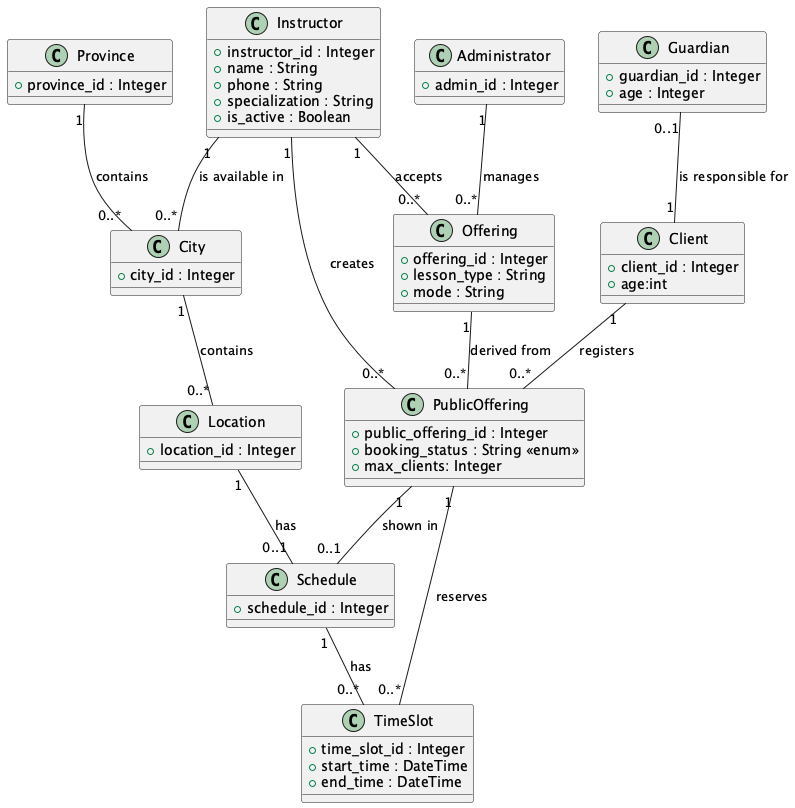
Above: UML-Diagrams/Class-Diagram.png in vibqetowi/soen-342-project (PlantUML), before the change. Its diagram source:
```plantuml
@startuml

class Province {
    +province_id : Integer
}

class City {
    +city_id : Integer
}

class Location {
    +location_id : Integer
}

class Schedule {
    +schedule_id : Integer
}

class TimeSlot {
    +time_slot_id : Integer
    +start_time : DateTime
    +end_time : DateTime
}

class Instructor {
    +instructor_id : Integer
    +name : String
    +phone : String
    +specialization : String
    +is_active : Boolean
}

class Offering {
    +offering_id : Integer
    +lesson_type : String
    +mode : String
}

class PublicOffering {
    +public_offering_id : Integer
    +booking_status : String <<enum>>
    +max_clients: Integer
}

class Client {
    +client_id : Integer
    +age:int
}

class Guardian{
    +guardian_id : Integer
    +age : Integer
}

class Administrator {
    +admin_id : Integer
}

Province "1" -- "0..*" City : contains
City "1" -- "0..*" Location : contains
Instructor "1" -- "0..*" City : is available in
Location "1" -- "0..1" Schedule : has
Schedule "1" -- "0..*" TimeSlot : has
PublicOffering "1" -- "0..*" TimeSlot : reserves
Instructor "1" -- "0..*" Offering : accepts
Instructor "1" -- "0..*" PublicOffering : creates
Offering "1" -- "0..*" PublicOffering : derived from
Client "1" -- "0..*" PublicOffering : registers
PublicOffering "1" -- "0..1" Schedule : shown in
Guardian "0..1" -- "1" Client : is responsible for
Administrator "1" -- "0..*" Offering : manages

@enduml
```
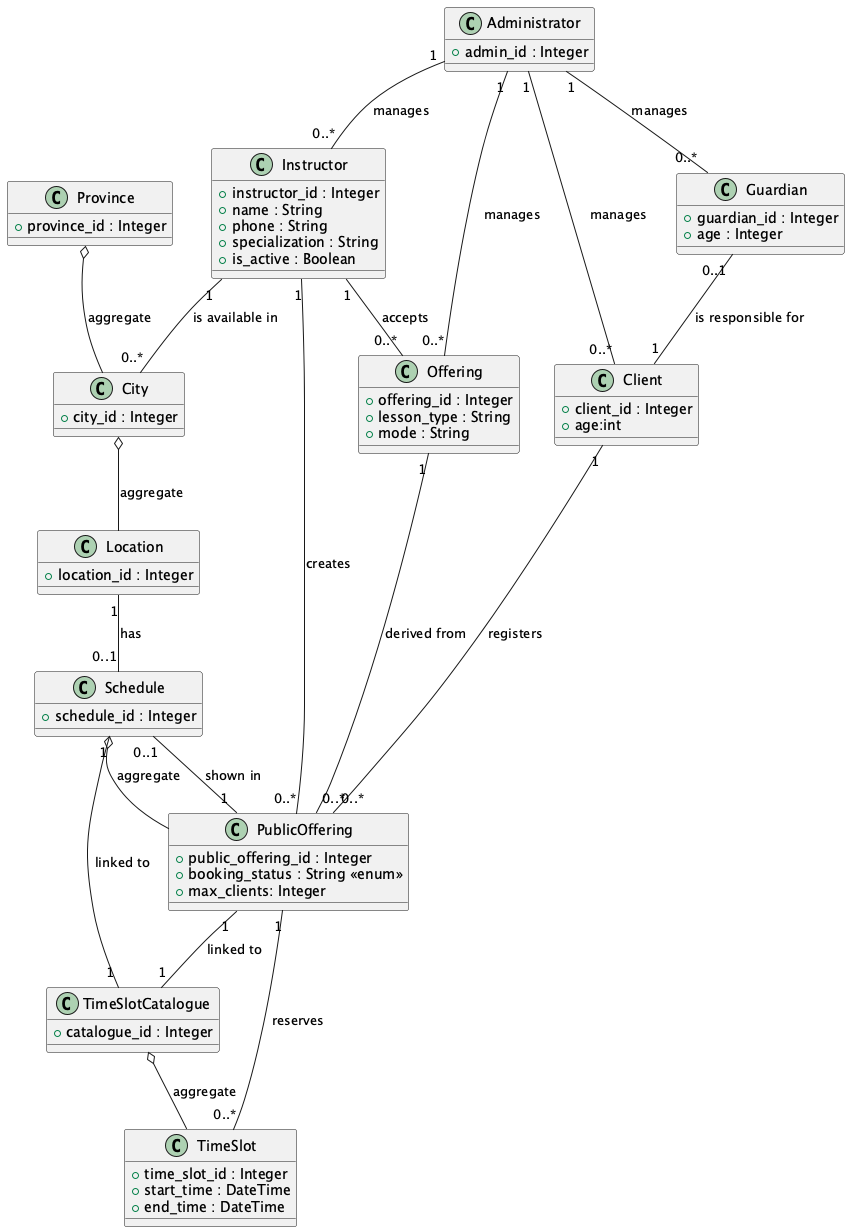
Above is the later version.

Change to the diagram source:
```diff
@@ -20,6 +20,10 @@
     +time_slot_id : Integer
     +start_time : DateTime
     +end_time : DateTime
+}
+
+class TimeSlotCatalogue {
+    +catalogue_id : Integer
 }
 
 class Instructor {
@@ -56,11 +60,13 @@
     +admin_id : Integer
 }
 
-Province "1" -- "0..*" City : contains
-City "1" -- "0..*" Location : contains
+Province o-- City : aggregate
+City o-- Location : aggregate
+Schedule o-- PublicOffering : aggregate
+TimeSlotCatalogue o-- TimeSlot : aggregate
+
 Instructor "1" -- "0..*" City : is available in
 Location "1" -- "0..1" Schedule : has
-Schedule "1" -- "0..*" TimeSlot : has
 PublicOffering "1" -- "0..*" TimeSlot : reserves
 Instructor "1" -- "0..*" Offering : accepts
 Instructor "1" -- "0..*" PublicOffering : creates
@@ -69,5 +75,11 @@
 PublicOffering "1" -- "0..1" Schedule : shown in
 Guardian "0..1" -- "1" Client : is responsible for
 Administrator "1" -- "0..*" Offering : manages
+Administrator "1" -- "0..*" Instructor : manages
+Administrator "1" -- "0..*" Client : manages
+Administrator "1" -- "0..*" Guardian : manages
+
+Schedule "1" -- "1" TimeSlotCatalogue : linked to
+PublicOffering "1" -- "1" TimeSlotCatalogue : linked to
 
 @enduml
```
